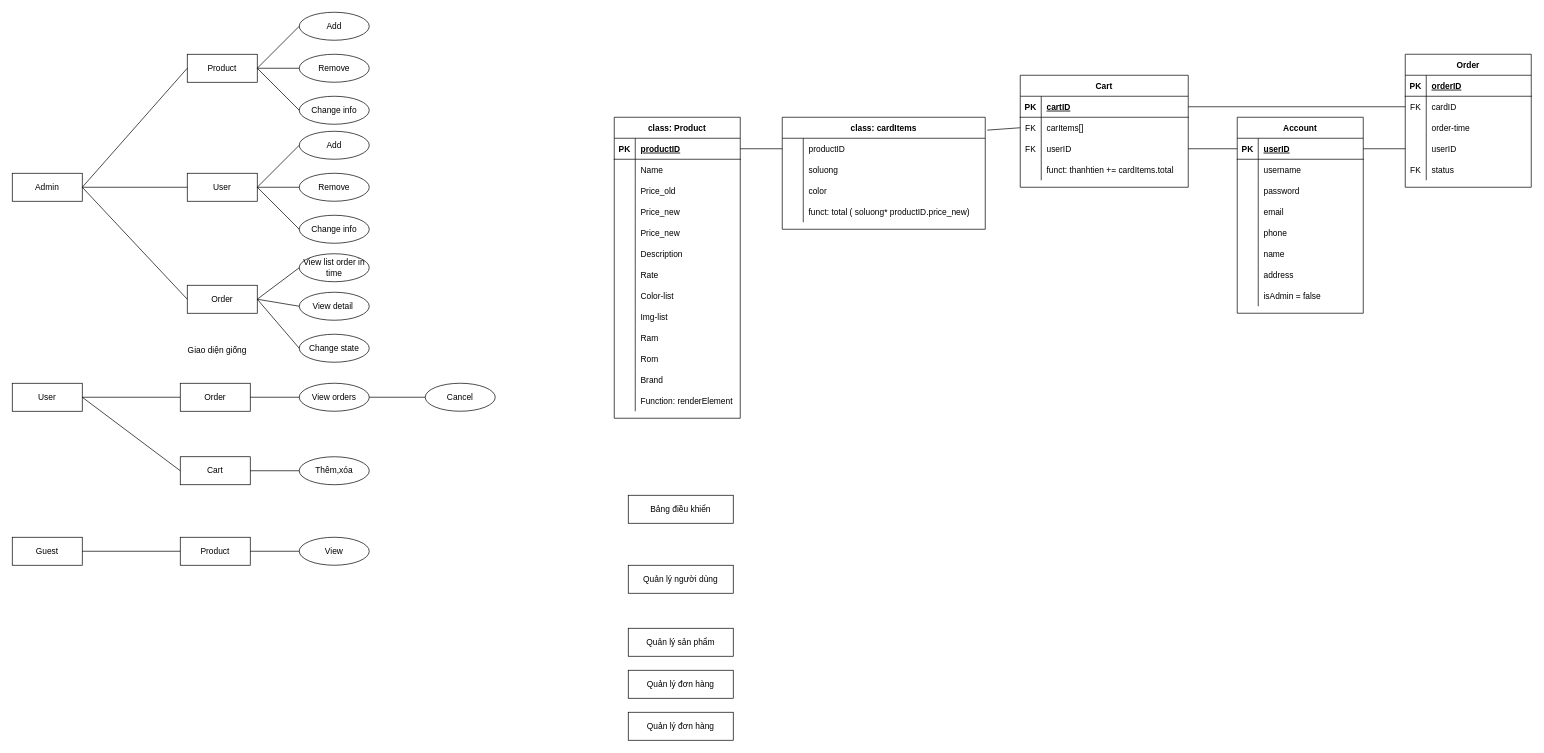
Earlier version of the draw.io diagram CSDL_WEB.drawio (huykhaduy/huykhaduy). Source tidied: cells renumbered, new cells numbered last; positions are measured from the earlier drawing's top-left corner, leaving out a move shared by most shapes. Both pictures are drawn from the tidied source at 70%, with x=0, y=0 at pixel (12, 12).
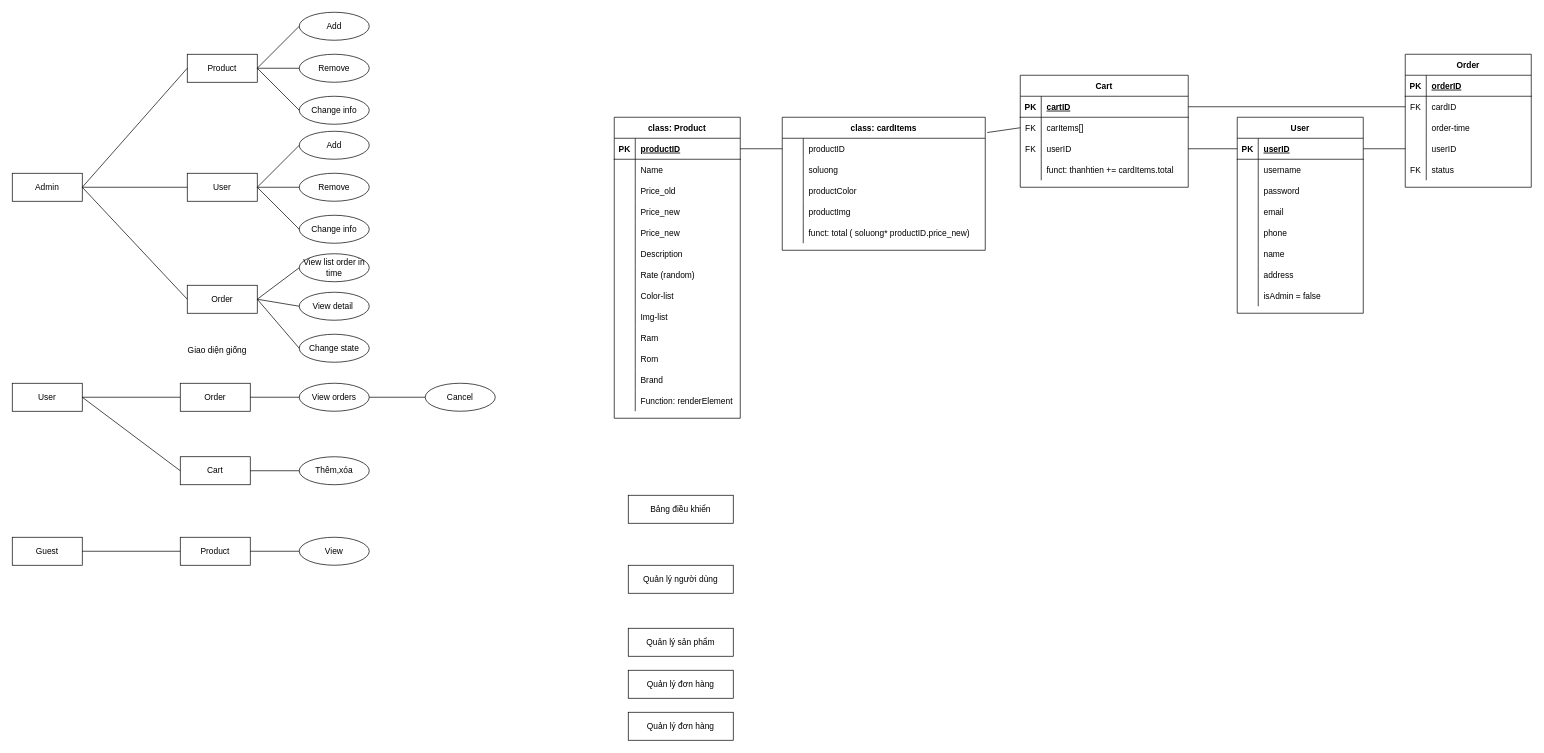
After the change.

The change refers to these unchanged cells:
```xml
<mxCell id="21" style="shape=partialRectangle;fillColor=none;top=0;left=0;bottom=0;right=0;" parent="2" vertex="1">
  <mxGeometry y="210" width="180" height="30" as="geometry" />
</mxCell>
<mxCell id="105" style="shape=partialRectangle;fillColor=none;top=0;left=0;bottom=0;right=0;" parent="98" vertex="1">
  <mxGeometry y="90" width="290" height="30" as="geometry" />
</mxCell>
```

The edit, as a diff of the source:
```diff
@@
-    <mxCell id="23" value="Rate" style="shape=partialRectangle;fillColor=none;top=0;left=0;bottom=0;right=0;align=left;spacingLeft=6;overflow=hidden;" parent="21" vertex="1">
+    <mxCell id="23" value="Rate (random)" style="shape=partialRectangle;fillColor=none;top=0;left=0;bottom=0;right=0;align=left;spacingLeft=6;overflow=hidden;" parent="21" vertex="1">
       <mxGeometry x="30" width="150" height="30" as="geometry" />
     </mxCell>
@@
-    <mxCell id="55" value="Account" style="shape=table;startSize=30;childLayout=tableLayout;rowLines=0;fontStyle=1;align=center;" parent="1" vertex="1">
+    <mxCell id="55" value="User" style="shape=table;startSize=30;childLayout=tableLayout;rowLines=0;fontStyle=1;align=center;" parent="1" vertex="1">
       <mxGeometry x="1750" y="150" width="180" height="280" as="geometry" />
     </mxCell>
@@
     <mxCell id="98" value="class: cardItems" style="shape=table;startSize=30;childLayout=tableLayout;rowLines=0;fontStyle=1;align=center;" parent="1" vertex="1">
-      <mxGeometry x="1100" y="150" width="290" height="160" as="geometry" />
+      <mxGeometry x="1100" y="150" width="290" height="190" as="geometry" />
     </mxCell>
@@
-    <mxCell id="107" value="color" style="shape=partialRectangle;fillColor=none;top=0;left=0;bottom=0;right=0;align=left;spacingLeft=6;overflow=hidden;" parent="105" vertex="1">
+    <mxCell id="107" value="productColor" style="shape=partialRectangle;fillColor=none;top=0;left=0;bottom=0;right=0;align=left;spacingLeft=6;overflow=hidden;" parent="105" vertex="1">
       <mxGeometry x="30" width="260" height="30" as="geometry" />
     </mxCell>
+    <mxCell id="163" style="shape=partialRectangle;fillColor=none;top=0;left=0;bottom=0;right=0;" parent="98" vertex="1">
+      <mxGeometry y="120" width="290" height="30" as="geometry" />
+    </mxCell>
+    <mxCell id="164" style="shape=partialRectangle;fillColor=none;top=0;left=0;bottom=0;right=0;overflow=hidden;" parent="163" vertex="1">
+      <mxGeometry width="30" height="30" as="geometry" />
+    </mxCell>
+    <mxCell id="165" value="productImg" style="shape=partialRectangle;fillColor=none;top=0;left=0;bottom=0;right=0;align=left;spacingLeft=6;overflow=hidden;" parent="163" vertex="1">
+      <mxGeometry x="30" width="260" height="30" as="geometry" />
+    </mxCell>
     <mxCell id="108" style="shape=partialRectangle;fillColor=none;top=0;left=0;bottom=0;right=0;" parent="98" vertex="1">
-      <mxGeometry y="120" width="290" height="30" as="geometry" />
+      <mxGeometry y="150" width="290" height="30" as="geometry" />
     </mxCell>
```
